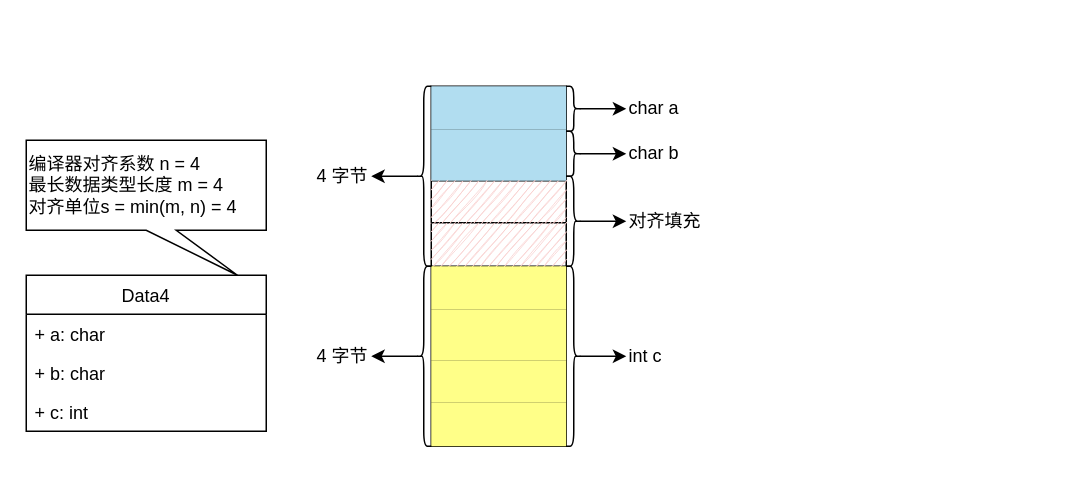
Above: TechStack/memory_alignment_case4.drawio in zhxilin/picbed (draw.io), before the change. Source tidied: cells renumbered, new cells numbered last; positions are measured from the earlier drawing's top-left corner, leaving out a move shared by most shapes. Both pictures are drawn from the tidied source at 150%, with x=0, y=0 at pixel (26, 86).
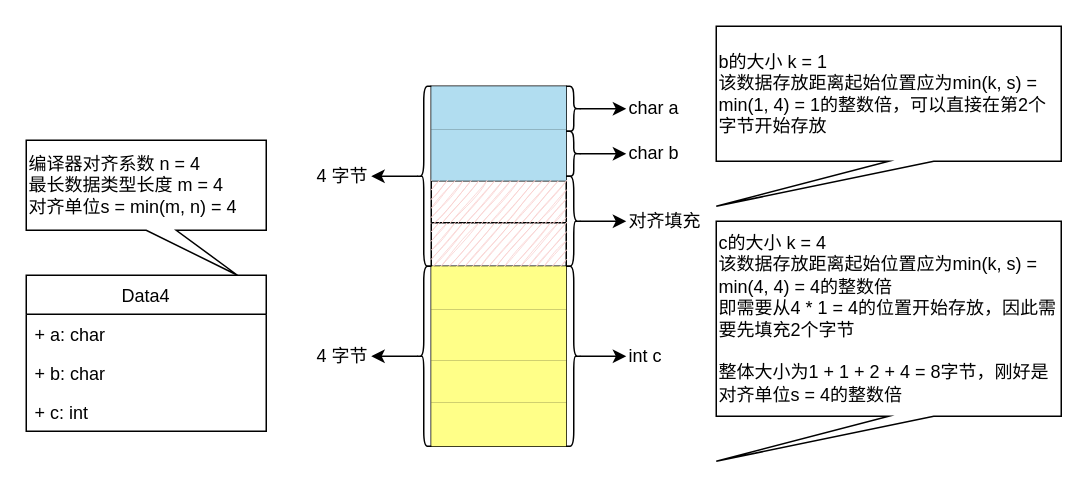
Above is the later version.

Change to the diagram source:
```diff
@@
+    <mxCell id="42" value="b的大小 k = 1&lt;div&gt;该数据存放距离起始位置应为min(k, s) = min(1, 4) = 1的整数倍，可以直接在第2个字节开始存放&lt;/div&gt;" style="shape=callout;whiteSpace=wrap;html=1;perimeter=calloutPerimeter;sketch=0;position2=0;align=left;base=30;" parent="1" vertex="1">
+      <mxGeometry x="460" y="-40" width="230" height="120" as="geometry" />
+    </mxCell>
+    <mxCell id="43" value="c的大小 k = 4&lt;div&gt;该数据存放距离起始位置应为min(k, s) = min(4, 4) = 4的整数倍&lt;/div&gt;&lt;div&gt;&lt;span style=&quot;background-color: transparent; color: light-dark(rgb(0, 0, 0), rgb(255, 255, 255));&quot;&gt;即需要从4 * 1 = 4的位置开始存放，因此需要先填充2个字节&lt;/span&gt;&lt;/div&gt;&lt;div&gt;&lt;span style=&quot;background-color: transparent; color: light-dark(rgb(0, 0, 0), rgb(255, 255, 255));&quot;&gt;&lt;br&gt;&lt;/span&gt;&lt;/div&gt;&lt;div&gt;整体大小为1 + 1 + 2 + 4 = 8字节，刚好是对齐单位s = 4的整数倍&lt;span style=&quot;background-color: transparent; color: light-dark(rgb(0, 0, 0), rgb(255, 255, 255));&quot;&gt;&lt;/span&gt;&lt;/div&gt;" style="shape=callout;whiteSpace=wrap;html=1;perimeter=calloutPerimeter;sketch=0;position2=0;align=left;base=30;" parent="1" vertex="1">
+      <mxGeometry x="460" y="90" width="230" height="160" as="geometry" />
+    </mxCell>
```
